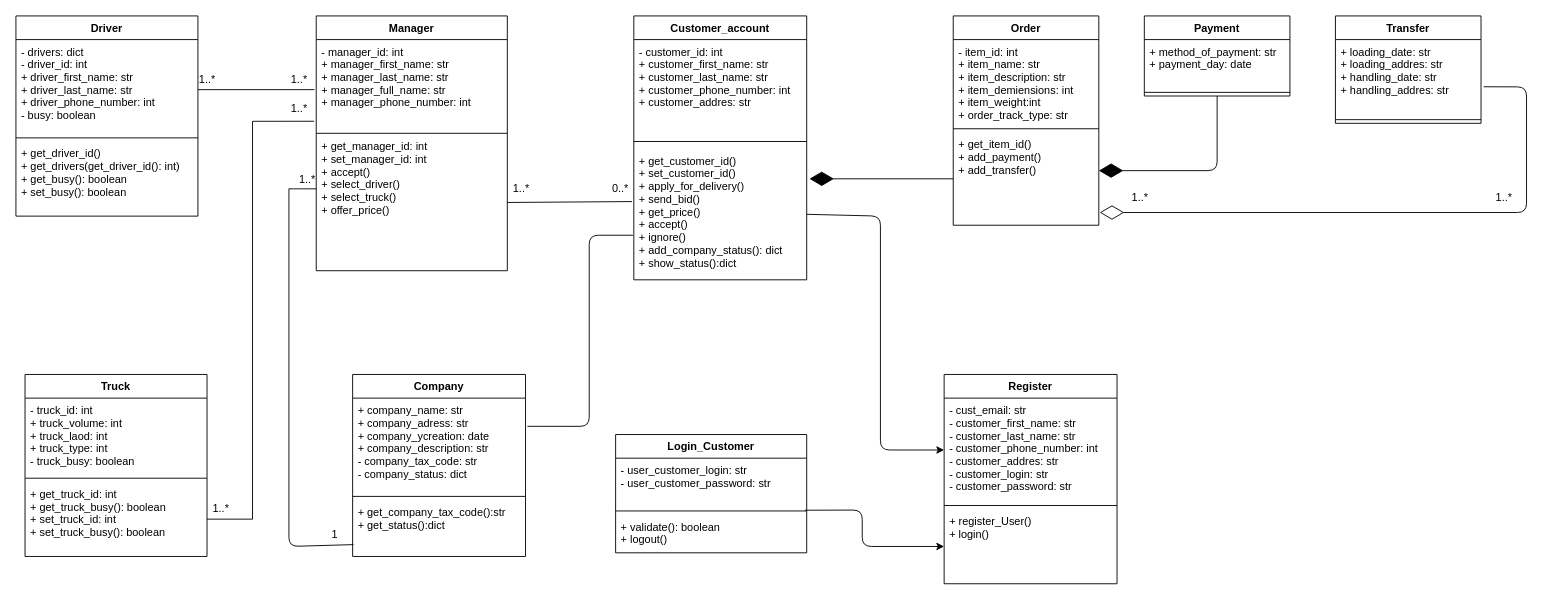
The draw.io diagram page "Page-1" (1 of 2) of d.drawio in Argam431/PYTHON3-2, before the edit. Source tidied: cells renumbered, new cells numbered last; positions are measured from the earlier drawing's top-left corner, leaving out a move shared by most shapes. Both pictures are drawn from the tidied source at 91%, with x=0, y=0 at pixel (15, 15).
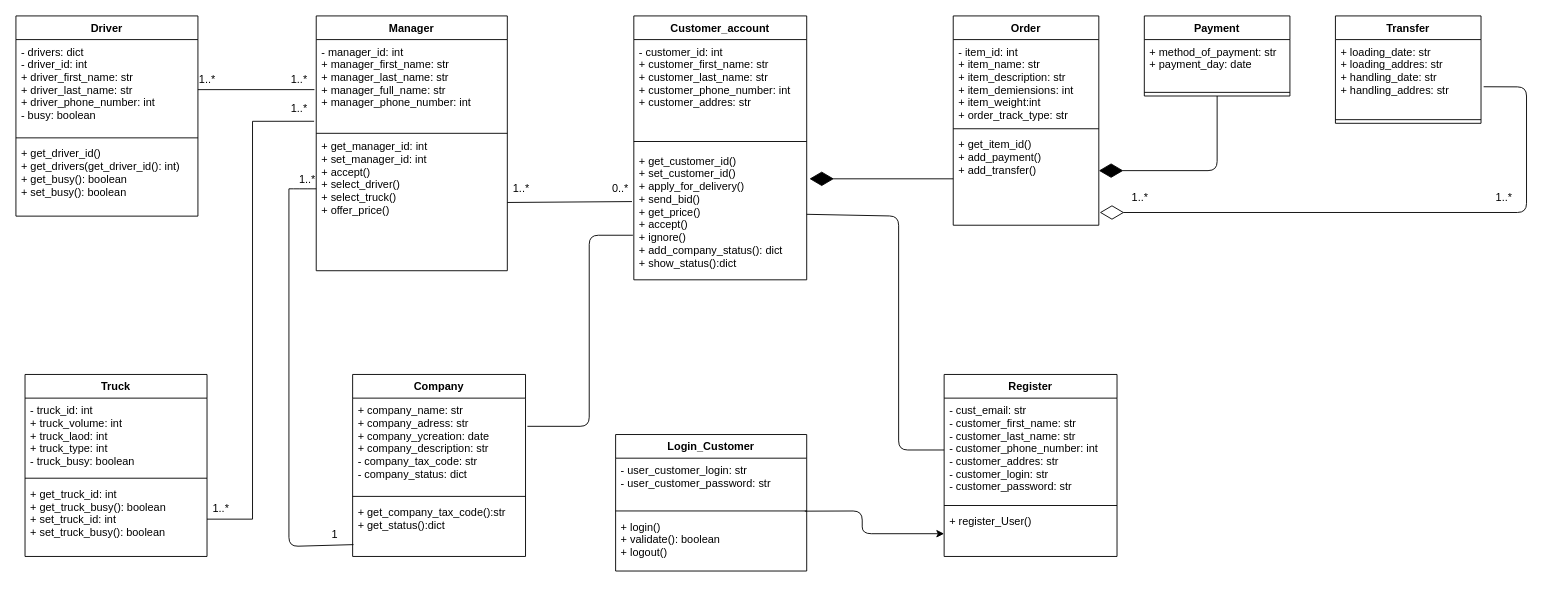
After the change.

The change refers to these unchanged cells:
```xml
<mxCell id="9" value="+ get_customer_id()&#10;+ set_customer_id()&#10;+ apply_for_delivery()&#10;+ send_bid()&#10;+ get_price()&#10;+ accept()&#10;+ ignore()&#10;+ add_company_status(): dict&#10;+ show_status():dict&#10;&#10;&#10;" style="text;strokeColor=none;fillColor=none;align=left;verticalAlign=top;spacingLeft=4;spacingRight=4;overflow=hidden;points=[[0,0.5],[1,0.5]];portConstraint=eastwest;" parent="6" vertex="1">
  <mxGeometry y="146" width="190" height="144" as="geometry" />
</mxCell>
<mxCell id="52" value="- user_customer_login: str&#10;- user_customer_password: str " style="text;strokeColor=none;fillColor=none;align=left;verticalAlign=top;spacingLeft=4;spacingRight=4;overflow=hidden;points=[[0,0.5],[1,0.5]];portConstraint=eastwest;" parent="51" vertex="1">
  <mxGeometry y="26" width="210" height="54" as="geometry" />
</mxCell>
<mxCell id="57" value="- cust_email: str&#10;- customer_first_name: str &#10;- customer_last_name: str&#10;- customer_phone_number: int&#10;- customer_addres: str&#10;- customer_login: str&#10;- customer_password: str&#10;" style="text;strokeColor=none;fillColor=none;align=left;verticalAlign=top;spacingLeft=4;spacingRight=4;overflow=hidden;points=[[0,0.5],[1,0.5]];portConstraint=eastwest;" parent="56" vertex="1">
  <mxGeometry y="26" width="190" height="114" as="geometry" />
</mxCell>
```

Change to the diagram source:
```diff
@@
     <mxCell id="51" value="Login_Customer" style="swimlane;fontStyle=1;align=center;verticalAlign=top;horizontal=1;startSize=26;" parent="1" vertex="1">
-      <mxGeometry x="659" y="460" width="210" height="130" as="geometry" />
+      <mxGeometry x="659" y="460" width="210" height="150" as="geometry" />
     </mxCell>
@@
-    <mxCell id="54" value="+ validate(): boolean&#10;+ logout()" style="text;strokeColor=none;fillColor=none;align=left;verticalAlign=top;spacingLeft=4;spacingRight=4;overflow=hidden;" parent="51" vertex="1">
-      <mxGeometry y="88" width="210" height="42" as="geometry" />
+    <mxCell id="54" value="+ login()&#10;+ validate(): boolean&#10;+ logout()" style="text;strokeColor=none;fillColor=none;align=left;verticalAlign=top;spacingLeft=4;spacingRight=4;overflow=hidden;" parent="51" vertex="1">
+      <mxGeometry y="88" width="210" height="62" as="geometry" />
     </mxCell>
-    <mxCell id="55" style="endArrow=classic;html=1;exitX=0.99;exitY=1.059;exitDx=0;exitDy=0;exitPerimeter=0;entryX=0;entryY=0.5;entryDx=0;entryDy=0;" parent="1" edge="1" source="52" target="59">
+    <mxCell id="55" style="endArrow=classic;html=1;exitX=0.99;exitY=1.059;exitDx=0;exitDy=0;exitPerimeter=0;entryX=0;entryY=0.5;entryDx=0;entryDy=0;" parent="1" edge="1">
       <mxGeometry relative="1" as="geometry">
+        <mxPoint x="866.9" y="544.2" as="sourcePoint" />
+        <mxPoint x="1020" y="569" as="targetPoint" />
         <Array as="points">
-          <mxPoint x="930" y="543" />
-          <mxPoint x="930" y="583" />
+          <mxPoint x="930" y="544" />
+          <mxPoint x="930" y="569" />
         </Array>
       </mxGeometry>
     </mxCell>
     <mxCell id="56" value="Register" style="swimlane;fontStyle=1;align=center;verticalAlign=top;horizontal=1;startSize=26;" parent="1" vertex="1">
-      <mxGeometry x="1020" y="394" width="190" height="230" as="geometry" />
+      <mxGeometry x="1020" y="394" width="190" height="200" as="geometry" />
     </mxCell>
@@
-    <mxCell id="59" value="+ register_User()&#10;+ login()" style="text;strokeColor=none;fillColor=none;align=left;verticalAlign=top;spacingLeft=4;spacingRight=4;overflow=hidden;points=[[0,0.5],[1,0.5]];portConstraint=eastwest;" parent="56" vertex="1">
-      <mxGeometry y="148" width="190" height="82" as="geometry" />
+    <mxCell id="59" value="+ register_User()&#10;" style="text;strokeColor=none;fillColor=none;align=left;verticalAlign=top;spacingLeft=4;spacingRight=4;overflow=hidden;points=[[0,0.5],[1,0.5]];portConstraint=eastwest;" parent="56" vertex="1">
+      <mxGeometry y="148" width="190" height="52" as="geometry" />
     </mxCell>
-    <mxCell id="60" style="endArrow=classic;html=1;entryX=0;entryY=0.5;entryDx=0;entryDy=0;exitX=1;exitY=0.5;exitDx=0;exitDy=0;" parent="1" edge="1" source="9" target="57">
+    <mxCell id="60" style="endArrow=none;html=1;entryX=0;entryY=0.5;entryDx=0;entryDy=0;exitX=1;exitY=0.5;exitDx=0;exitDy=0;" parent="1" edge="1" source="9" target="57">
       <mxGeometry relative="1" as="geometry">
         <Array as="points">
-          <mxPoint x="950" y="220" />
-          <mxPoint x="950" y="477" />
+          <mxPoint x="970" y="220" />
+          <mxPoint x="970" y="477" />
         </Array>
       </mxGeometry>
     </mxCell>
```
